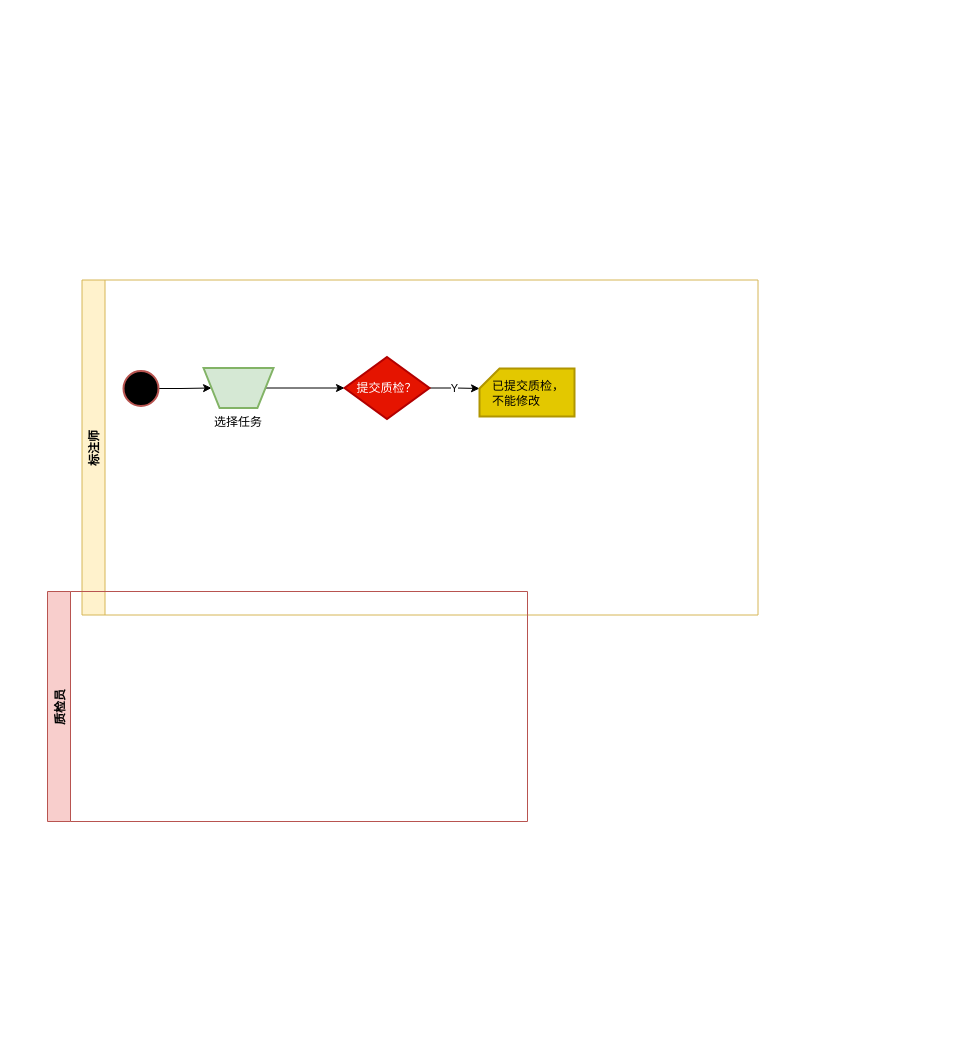
Above: 标注详细流程.drawio in gumuqi/draw.io (draw.io), before the change. Source tidied: cells renumbered, new cells numbered last; positions are measured from the earlier drawing's top-left corner, leaving out a move shared by most shapes. Both pictures are drawn from the tidied source at 100%, with x=0, y=0 at pixel (123, 109).
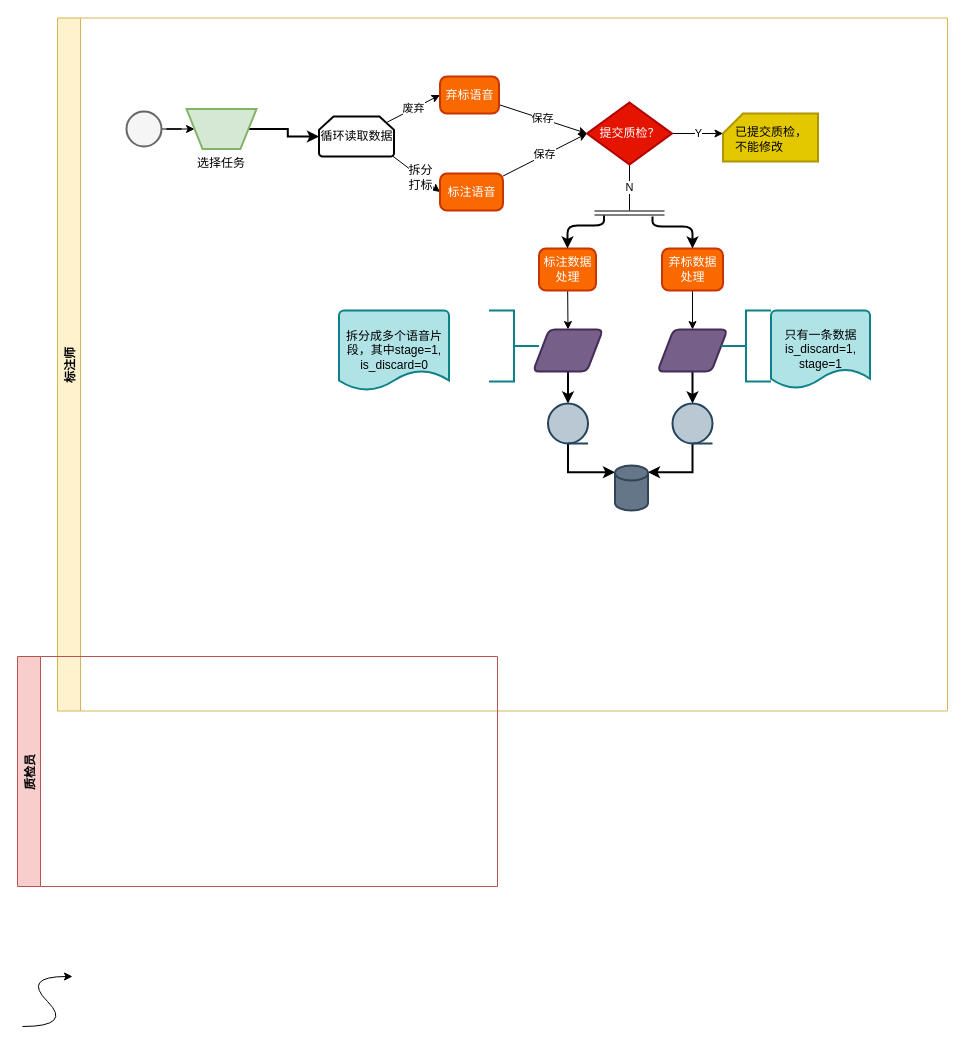
Above is the later version.

Commit message (it also covers changes not shown here):
更新标注详细流程.drawio

Change to the diagram source:
```diff
@@
     <mxCell id="2" value="标注师" style="swimlane;fillColor=#fff2cc;strokeColor=#d6b656;rotation=-90;" parent="1" vertex="1">
-      <mxGeometry x="129" width="335" height="676" as="geometry" />
+      <mxGeometry x="32.5" y="-190" width="693" height="890" as="geometry" />
     </mxCell>
@@
-    <mxCell id="4" style="strokeWidth=2;html=1;shape=mxgraph.flowchart.start_2;whiteSpace=wrap;fillColor=#000000;strokeColor=#b85450;rotation=-90;" parent="2" vertex="1">
-      <mxGeometry x="-129" y="261.5" width="35" height="35" as="geometry" />
+    <mxCell id="4" style="strokeWidth=2;html=1;shape=mxgraph.flowchart.start_2;whiteSpace=wrap;rotation=-90;fillColor=#f5f5f5;strokeColor=#666666;fontColor=#333333;" parent="2" vertex="1">
+      <mxGeometry x="-29.5" y="192" width="35" height="35" as="geometry" />
     </mxCell>
-    <mxCell id="5" style="edgeStyle=orthogonalEdgeStyle;rounded=0;jettySize=auto;html=1;entryX=0;entryY=0.5;entryDx=0;entryDy=0;entryPerimeter=0;" parent="2" edge="1" source="6" target="8">
+    <mxCell id="5" style="rounded=0;jettySize=auto;html=1;entryX=0;entryY=0.5;entryDx=0;entryDy=0;exitX=0.98;exitY=0.985;exitDx=0;exitDy=0;exitPerimeter=0;" parent="2" edge="1" source="39" target="17">
       <mxGeometry relative="1" as="geometry" />
     </mxCell>
+    <mxCell id="12" value="拆分&lt;br&gt;打标" style="text;html=1;align=center;verticalAlign=middle;labelBackgroundColor=#ffffff;" parent="5" vertex="1">
+      <mxGeometry x="-0.23" y="-1" relative="1" as="geometry">
+        <mxPoint x="10" y="6.5" as="offset" />
+      </mxGeometry>
+    </mxCell>
+    <mxCell id="13" value="废弃" style="edgeStyle=none;rounded=0;jettySize=auto;html=1;exitX=0.9;exitY=0.15;exitDx=0;exitDy=0;entryX=0;entryY=0.5;entryDx=0;entryDy=0;exitPerimeter=0;" parent="2" edge="1" source="39" target="19">
+      <mxGeometry relative="1" as="geometry" />
+    </mxCell>
+    <mxCell id="14" style="edgeStyle=orthogonalEdgeStyle;rounded=0;jettySize=auto;html=1;entryX=0;entryY=0.5;entryDx=0;entryDy=0;entryPerimeter=0;endArrow=classic;endFill=1;strokeWidth=2;" parent="2" edge="1" source="6" target="39">
+      <mxGeometry relative="1" as="geometry" />
+    </mxCell>
     <mxCell id="6" value="选择任务" style="verticalLabelPosition=bottom;verticalAlign=top;html=1;strokeWidth=2;shape=trapezoid;perimeter=trapezoidPerimeter;whiteSpace=wrap;size=0.23;arcSize=10;flipV=1;fillColor=#d5e8d4;rotation=0;strokeColor=#82b366;" parent="2" vertex="1">
-      <mxGeometry x="-49" y="258.5" width="70" height="40" as="geometry" />
+      <mxGeometry x="30.5" y="189.5" width="70" height="40" as="geometry" />
     </mxCell>
@@
+    <mxCell id="15" value="N" style="edgeStyle=none;rounded=0;jettySize=auto;html=1;exitX=0.5;exitY=1;exitDx=0;exitDy=0;exitPerimeter=0;entryX=0.5;entryY=0;entryDx=0;entryDy=0;endArrow=none;endFill=0;" parent="2" edge="1" source="8">
+      <mxGeometry relative="1" as="geometry">
+        <mxPoint x="473.5" y="291" as="targetPoint" />
+      </mxGeometry>
+    </mxCell>
     <mxCell id="8" value="提交质检？" style="strokeWidth=2;html=1;shape=mxgraph.flowchart.decision;whiteSpace=wrap;fillColor=#e51400;strokeColor=#B20000;fontColor=#ffffff;" parent="2" vertex="1">
-      <mxGeometry x="92" y="247.5" width="85" height="62" as="geometry" />
+      <mxGeometry x="431" y="183" width="85" height="62" as="geometry" />
     </mxCell>
     <mxCell id="9" style="verticalLabelPosition=bottom;verticalAlign=top;html=1;strokeWidth=2;shape=card;whiteSpace=wrap;size=20;arcSize=12;fillColor=#e3c800;strokeColor=#B09500;fontColor=#ffffff;" parent="2" vertex="1">
-      <mxGeometry x="227" y="259" width="95" height="48" as="geometry" />
+      <mxGeometry x="567" y="194" width="95" height="48" as="geometry" />
     </mxCell>
     <mxCell id="10" value="已提交质检，&lt;br&gt;不能修改" style="text;html=1;strokeColor=none;fillColor=none;align=left;verticalAlign=middle;whiteSpace=wrap;rounded=0;" parent="2" vertex="1">
-      <mxGeometry x="238" y="274" width="75" height="20" as="geometry" />
+      <mxGeometry x="577" y="209.5" width="75" height="20" as="geometry" />
     </mxCell>
+    <mxCell id="16" value="保存" style="edgeStyle=none;rounded=0;jettySize=auto;html=1;entryX=0;entryY=0.5;entryDx=0;entryDy=0;entryPerimeter=0;" parent="2" edge="1" source="17" target="8">
+      <mxGeometry relative="1" as="geometry" />
+    </mxCell>
+    <mxCell id="17" value="标注语音" style="rounded=1;whiteSpace=wrap;html=1;absoluteArcSize=1;arcSize=14;strokeWidth=2;fillColor=#fa6800;strokeColor=#C73500;fontColor=#ffffff;" parent="2" vertex="1">
+      <mxGeometry x="284" y="254" width="63" height="37" as="geometry" />
+    </mxCell>
+    <mxCell id="18" value="保存" style="edgeStyle=none;rounded=0;jettySize=auto;html=1;entryX=0;entryY=0.5;entryDx=0;entryDy=0;entryPerimeter=0;" parent="2" edge="1" source="19" target="8">
+      <mxGeometry relative="1" as="geometry" />
+    </mxCell>
+    <mxCell id="19" value="弃标语音" style="rounded=1;whiteSpace=wrap;html=1;absoluteArcSize=1;arcSize=14;strokeWidth=2;fillColor=#fa6800;strokeColor=#C73500;fontColor=#ffffff;" parent="2" vertex="1">
+      <mxGeometry x="284" y="157" width="59" height="37" as="geometry" />
+    </mxCell>
+    <mxCell id="20" style="shape=link;html=1;" parent="2" edge="1">
+      <mxGeometry relative="1" as="geometry">
+        <mxPoint x="438.5" y="293.5" as="sourcePoint" />
+        <mxPoint x="508.5" y="293.5" as="targetPoint" />
+      </mxGeometry>
+    </mxCell>
+    <mxCell id="21" style="edgeStyle=none;rounded=0;jettySize=auto;html=1;entryX=0.5;entryY=0;entryDx=0;entryDy=0;endArrow=classic;endFill=1;" parent="2" edge="1" source="22" target="26">
+      <mxGeometry relative="1" as="geometry" />
+    </mxCell>
+    <mxCell id="22" value="标注数据处理" style="rounded=1;whiteSpace=wrap;html=1;absoluteArcSize=1;arcSize=14;strokeWidth=2;fillColor=#fa6800;strokeColor=#C73500;fontColor=#ffffff;" parent="2" vertex="1">
+      <mxGeometry x="383" y="329" width="57" height="42" as="geometry" />
+    </mxCell>
+    <mxCell id="23" style="edgeStyle=none;rounded=0;jettySize=auto;html=1;entryX=0.5;entryY=0;entryDx=0;entryDy=0;endArrow=classic;endFill=1;" parent="2" edge="1" source="24" target="28">
+      <mxGeometry relative="1" as="geometry" />
+    </mxCell>
+    <mxCell id="24" value="弃标数据处理" style="rounded=1;whiteSpace=wrap;html=1;absoluteArcSize=1;arcSize=14;strokeWidth=2;fillColor=#fa6800;strokeColor=#C73500;fontColor=#ffffff;" parent="2" vertex="1">
+      <mxGeometry x="506" y="329" width="61" height="42" as="geometry" />
+    </mxCell>
+    <mxCell id="25" style="edgeStyle=orthogonalEdgeStyle;rounded=0;jettySize=auto;html=1;endArrow=classic;endFill=1;strokeWidth=2;" parent="2" edge="1" source="26" target="35">
+      <mxGeometry relative="1" as="geometry" />
+    </mxCell>
+    <mxCell id="26" style="verticalLabelPosition=bottom;verticalAlign=top;html=1;strokeWidth=2;shape=parallelogram;perimeter=parallelogramPerimeter;whiteSpace=wrap;rounded=1;arcSize=12;size=0.23;fillColor=#76608a;strokeColor=#432D57;fontColor=#ffffff;" parent="2" vertex="1">
+      <mxGeometry x="377" y="410" width="70" height="42" as="geometry" />
+    </mxCell>
+    <mxCell id="27" style="edgeStyle=orthogonalEdgeStyle;rounded=0;jettySize=auto;html=1;endArrow=classic;endFill=1;strokeWidth=2;" parent="2" edge="1" source="28" target="37">
+      <mxGeometry relative="1" as="geometry" />
+    </mxCell>
+    <mxCell id="28" style="verticalLabelPosition=bottom;verticalAlign=top;html=1;strokeWidth=2;shape=parallelogram;perimeter=parallelogramPerimeter;whiteSpace=wrap;rounded=1;arcSize=12;size=0.23;fillColor=#76608a;strokeColor=#432D57;fontColor=#ffffff;" parent="2" vertex="1">
+      <mxGeometry x="501.5" y="410" width="70" height="42" as="geometry" />
+    </mxCell>
+    <mxCell id="29" style="strokeWidth=2;html=1;shape=mxgraph.flowchart.annotation_2;align=left;fillColor=#b0e3e6;strokeColor=#0e8088;" parent="2" vertex="1">
+      <mxGeometry x="565" y="391" width="50" height="71" as="geometry" />
+    </mxCell>
+    <mxCell id="30" value="只有一条数据&lt;br&gt;is_discard=1,&lt;br&gt;stage=1" style="strokeWidth=2;html=1;shape=mxgraph.flowchart.document2;whiteSpace=wrap;size=0.25;fillColor=#b0e3e6;strokeColor=#0e8088;" parent="2" vertex="1">
+      <mxGeometry x="615" y="391" width="99" height="78" as="geometry" />
+    </mxCell>
+    <mxCell id="31" style="strokeWidth=2;html=1;shape=mxgraph.flowchart.annotation_2;align=left;fillColor=#b0e3e6;rotation=180;strokeColor=#0e8088;" parent="2" vertex="1">
+      <mxGeometry x="333" y="391" width="50" height="71" as="geometry" />
+    </mxCell>
+    <mxCell id="32" value="拆分成多个语音片段，其中stage=1,&lt;br&gt;is_discard=0" style="strokeWidth=2;html=1;shape=mxgraph.flowchart.document2;whiteSpace=wrap;size=0.25;fillColor=#b0e3e6;strokeColor=#0e8088;" parent="2" vertex="1">
+      <mxGeometry x="183" y="391" width="110" height="80" as="geometry" />
+    </mxCell>
+    <mxCell id="33" style="endArrow=classic;html=1;edgeStyle=orthogonalEdgeStyle;entryX=0.5;entryY=0;entryDx=0;entryDy=0;strokeWidth=2;" parent="2" edge="1" target="22">
+      <mxGeometry relative="1" as="geometry">
+        <mxPoint x="448" y="296" as="sourcePoint" />
+        <Array as="points">
+          <mxPoint x="448" y="306" />
+          <mxPoint x="412" y="306" />
+        </Array>
+      </mxGeometry>
+    </mxCell>
+    <mxCell id="34" style="edgeStyle=orthogonalEdgeStyle;rounded=0;jettySize=auto;html=1;entryX=0;entryY=0.15;entryDx=0;entryDy=0;entryPerimeter=0;endArrow=classic;endFill=1;strokeWidth=2;exitX=0.5;exitY=1;exitDx=0;exitDy=0;exitPerimeter=0;" parent="2" edge="1" source="35" target="38">
+      <mxGeometry relative="1" as="geometry" />
+    </mxCell>
+    <mxCell id="35" style="strokeWidth=2;html=1;shape=mxgraph.flowchart.sequential_data;whiteSpace=wrap;fillColor=#bac8d3;strokeColor=#23445d;" parent="2" vertex="1">
+      <mxGeometry x="392" y="484" width="40" height="40" as="geometry" />
+    </mxCell>
+    <mxCell id="36" style="edgeStyle=orthogonalEdgeStyle;rounded=0;jettySize=auto;html=1;entryX=1;entryY=0.15;entryDx=0;entryDy=0;entryPerimeter=0;endArrow=classic;endFill=1;strokeWidth=2;exitX=0.5;exitY=1;exitDx=0;exitDy=0;exitPerimeter=0;" parent="2" edge="1" source="37" target="38">
+      <mxGeometry relative="1" as="geometry" />
+    </mxCell>
+    <mxCell id="37" style="strokeWidth=2;html=1;shape=mxgraph.flowchart.sequential_data;whiteSpace=wrap;fillColor=#bac8d3;strokeColor=#23445d;" parent="2" vertex="1">
+      <mxGeometry x="516.5" y="484" width="40" height="40" as="geometry" />
+    </mxCell>
+    <mxCell id="38" style="strokeWidth=2;html=1;shape=mxgraph.flowchart.database;whiteSpace=wrap;fillColor=#647687;strokeColor=#314354;fontColor=#ffffff;" parent="2" vertex="1">
+      <mxGeometry x="459" y="546" width="33" height="45" as="geometry" />
+    </mxCell>
+    <mxCell id="39" value="循环读取数据" style="strokeWidth=2;html=1;shape=mxgraph.flowchart.loop_limit;whiteSpace=wrap;fillColor=#FFFFFF;" parent="2" vertex="1">
+      <mxGeometry x="163" y="197" width="75" height="40" as="geometry" />
+    </mxCell>
     <mxCell id="11" value="质检员" style="swimlane;fillColor=#f8cecc;strokeColor=#b85450;rotation=-90;" parent="1" vertex="1">
-      <mxGeometry x="49" y="357" width="230" height="480" as="geometry" />
+      <mxGeometry x="19" y="422" width="230" height="480" as="geometry" />
     </mxCell>
+    <mxCell id="40" style="curved=1;endArrow=classic;html=1;" parent="1" edge="1">
+      <mxGeometry relative="1" as="geometry">
+        <mxPoint x="-101" y="917" as="sourcePoint" />
+        <mxPoint x="-51" y="867" as="targetPoint" />
+        <Array as="points">
+          <mxPoint x="-51" y="917" />
+          <mxPoint x="-101" y="867" />
+        </Array>
+      </mxGeometry>
+    </mxCell>
+    <mxCell id="41" style="endArrow=classic;html=1;edgeStyle=orthogonalEdgeStyle;entryX=0.5;entryY=0;entryDx=0;entryDy=0;strokeWidth=2;" parent="1" edge="1" target="24">
+      <mxGeometry relative="1" as="geometry">
+        <mxPoint x="529" y="107" as="sourcePoint" />
+        <Array as="points">
+          <mxPoint x="529" y="117" />
+          <mxPoint x="569" y="117" />
+        </Array>
+      </mxGeometry>
+    </mxCell>
```
